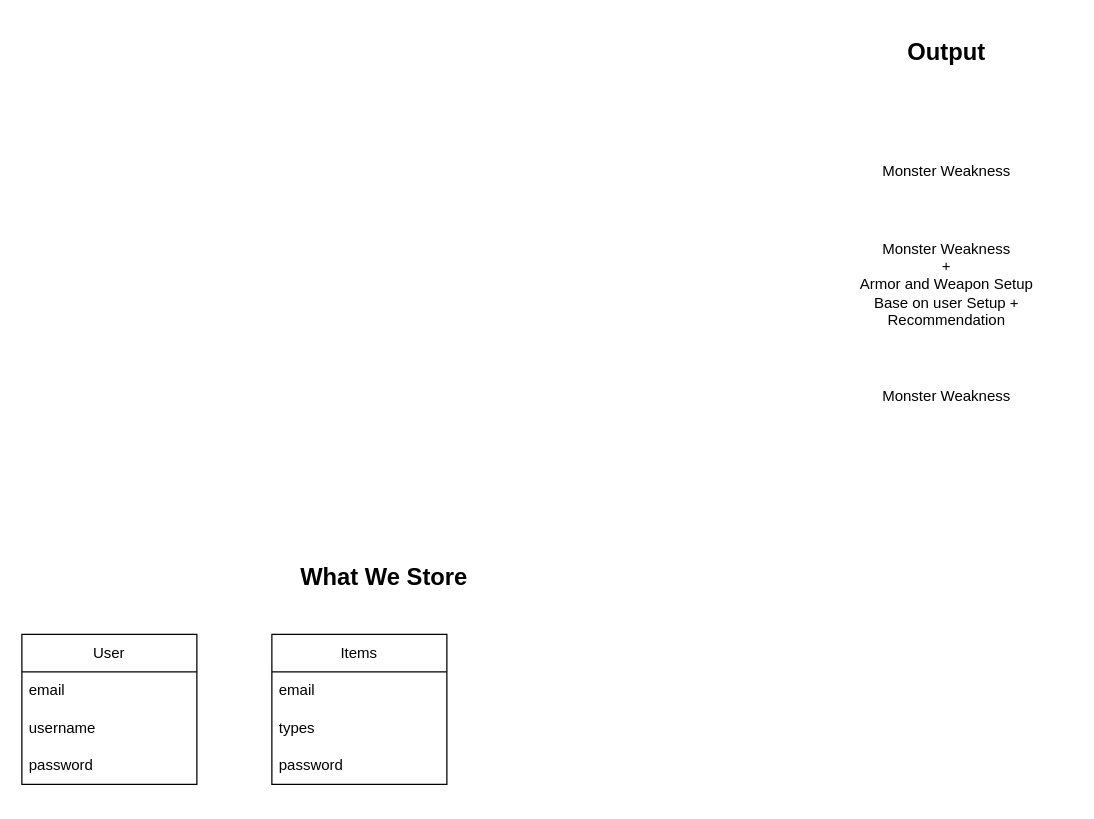
This is models/OutputMap.drawio from JeroTan/monster-hunter-wilds-api-ai-mcp, a draw.io file, before an edit. Source tidied: cells renumbered, new cells numbered last; positions are measured from the earlier drawing's top-left corner, leaving out a move shared by most shapes. Both pictures are drawn from the tidied source at 125%, with x=0, y=0 at pixel (21, 21).
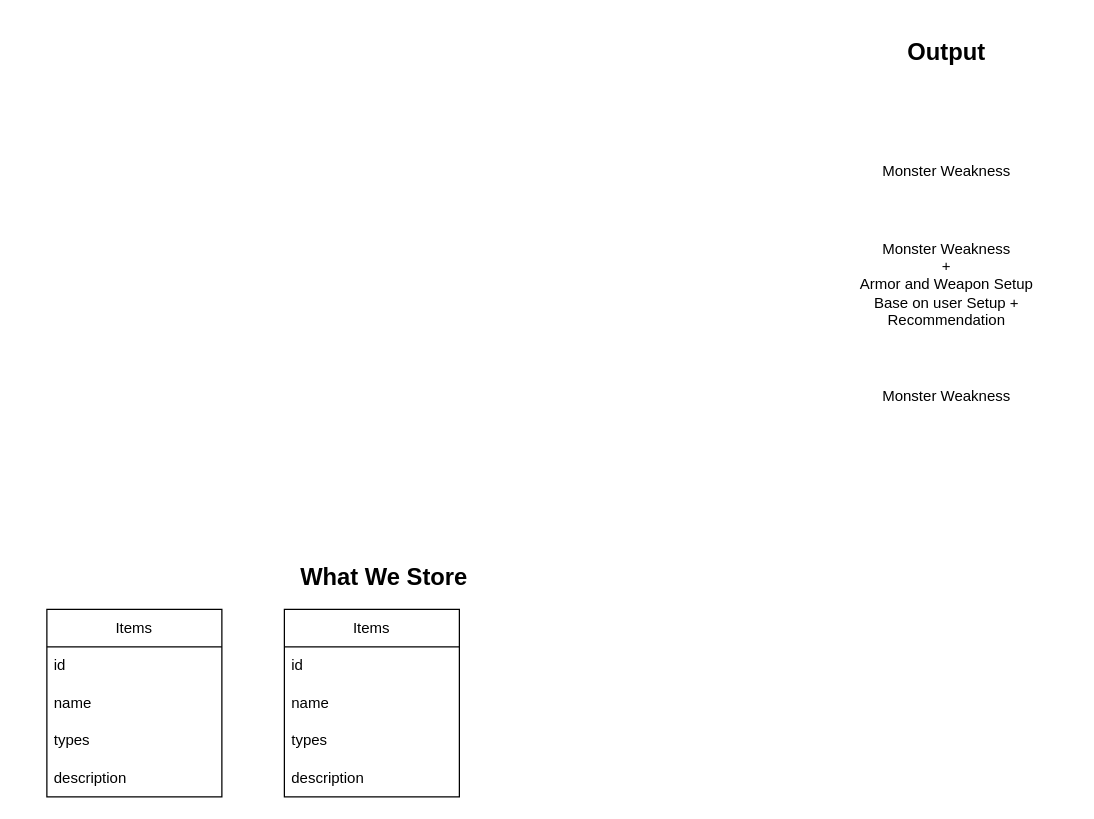
The same diagram, later.

What changed in the source:
```diff
@@
 <mxGraphModel>
   <root>
     <mxCell id="0" />
     <mxCell id="1" parent="0" />
     <mxCell id="2" value="Monster Weakness" style="text;html=1;align=center;verticalAlign=middle;whiteSpace=wrap;rounded=0;" parent="1" vertex="1">
       <mxGeometry x="640" y="90" width="200" height="60" as="geometry" />
     </mxCell>
     <mxCell id="3" value="&lt;b&gt;&lt;font style=&quot;font-size: 19px;&quot;&gt;Output&lt;/font&gt;&lt;/b&gt;" style="text;html=1;align=center;verticalAlign=middle;whiteSpace=wrap;rounded=0;" parent="1" vertex="1">
       <mxGeometry x="640" width="200" height="50" as="geometry" />
     </mxCell>
     <mxCell id="4" value="Monster Weakness" style="text;html=1;align=center;verticalAlign=middle;whiteSpace=wrap;rounded=0;" parent="1" vertex="1">
       <mxGeometry x="640" y="270" width="200" height="60" as="geometry" />
     </mxCell>
     <mxCell id="5" value="Monster Weakness&lt;br&gt;+&lt;div&gt;Armor and Weapon Setup&lt;/div&gt;&lt;div&gt;Base on user Setup + Recommendation&lt;/div&gt;" style="text;html=1;align=center;verticalAlign=middle;whiteSpace=wrap;rounded=0;" parent="1" vertex="1">
       <mxGeometry x="640" y="180" width="200" height="60" as="geometry" />
     </mxCell>
     <mxCell id="6" value="&lt;b&gt;&lt;font style=&quot;font-size: 19px;&quot;&gt;What We Store&lt;/font&gt;&lt;/b&gt;" style="text;html=1;align=center;verticalAlign=middle;whiteSpace=wrap;rounded=0;" parent="1" vertex="1">
       <mxGeometry x="190" y="420" width="200" height="50" as="geometry" />
     </mxCell>
-    <mxCell id="7" value="User" style="swimlane;fontStyle=0;horizontal=1;startSize=30;whiteSpace=wrap;html=1;" parent="1" vertex="1">
-      <mxGeometry y="490" width="140" height="120" as="geometry" />
-    </mxCell>
-    <mxCell id="8" value="email" style="text;strokeColor=none;fillColor=none;align=left;verticalAlign=middle;spacingLeft=4;spacingRight=4;overflow=hidden;whiteSpace=wrap;html=1;" parent="7" vertex="1">
-      <mxGeometry y="30" width="140" height="30" as="geometry" />
-    </mxCell>
-    <mxCell id="9" value="username" style="text;strokeColor=none;fillColor=none;align=left;verticalAlign=middle;spacingLeft=4;spacingRight=4;overflow=hidden;whiteSpace=wrap;html=1;" parent="7" vertex="1">
-      <mxGeometry y="60" width="140" height="30" as="geometry" />
-    </mxCell>
-    <mxCell id="10" value="password" style="text;strokeColor=none;fillColor=none;align=left;verticalAlign=middle;spacingLeft=4;spacingRight=4;overflow=hidden;whiteSpace=wrap;html=1;" parent="7" vertex="1">
-      <mxGeometry y="90" width="140" height="30" as="geometry" />
-    </mxCell>
     <mxCell id="11" value="Items" style="swimlane;fontStyle=0;horizontal=1;startSize=30;whiteSpace=wrap;html=1;" parent="1" vertex="1">
-      <mxGeometry x="200" y="490" width="140" height="120" as="geometry" />
+      <mxGeometry x="20" y="470" width="140" height="150" as="geometry" />
     </mxCell>
+    <mxCell id="15" value="id" style="text;strokeColor=none;fillColor=none;align=left;verticalAlign=middle;spacingLeft=4;spacingRight=4;overflow=hidden;whiteSpace=wrap;html=1;" parent="11" vertex="1">
+      <mxGeometry y="30" width="140" height="30" as="geometry" />
+    </mxCell>
-    <mxCell id="12" value="email" style="text;strokeColor=none;fillColor=none;align=left;verticalAlign=middle;spacingLeft=4;spacingRight=4;overflow=hidden;whiteSpace=wrap;html=1;" parent="11" vertex="1">
-      <mxGeometry y="30" width="140" height="30" as="geometry" />
+    <mxCell id="12" value="name" style="text;strokeColor=none;fillColor=none;align=left;verticalAlign=middle;spacingLeft=4;spacingRight=4;overflow=hidden;whiteSpace=wrap;html=1;" parent="11" vertex="1">
+      <mxGeometry y="60" width="140" height="30" as="geometry" />
     </mxCell>
     <mxCell id="13" value="types" style="text;strokeColor=none;fillColor=none;align=left;verticalAlign=middle;spacingLeft=4;spacingRight=4;overflow=hidden;whiteSpace=wrap;html=1;" parent="11" vertex="1">
-      <mxGeometry y="60" width="140" height="30" as="geometry" />
+      <mxGeometry y="90" width="140" height="30" as="geometry" />
     </mxCell>
-    <mxCell id="14" value="password" style="text;strokeColor=none;fillColor=none;align=left;verticalAlign=middle;spacingLeft=4;spacingRight=4;overflow=hidden;whiteSpace=wrap;html=1;" parent="11" vertex="1">
-      <mxGeometry y="90" width="140" height="30" as="geometry" />
+    <mxCell id="14" value="description" style="text;strokeColor=none;fillColor=none;align=left;verticalAlign=middle;spacingLeft=4;spacingRight=4;overflow=hidden;whiteSpace=wrap;html=1;" parent="11" vertex="1">
+      <mxGeometry y="120" width="140" height="30" as="geometry" />
     </mxCell>
+    <mxCell id="16" value="Items" style="swimlane;fontStyle=0;horizontal=1;startSize=30;whiteSpace=wrap;html=1;" parent="1" vertex="1">
+      <mxGeometry x="210" y="470" width="140" height="150" as="geometry" />
+    </mxCell>
+    <mxCell id="17" value="id" style="text;strokeColor=none;fillColor=none;align=left;verticalAlign=middle;spacingLeft=4;spacingRight=4;overflow=hidden;whiteSpace=wrap;html=1;" parent="16" vertex="1">
+      <mxGeometry y="30" width="140" height="30" as="geometry" />
+    </mxCell>
+    <mxCell id="18" value="name" style="text;strokeColor=none;fillColor=none;align=left;verticalAlign=middle;spacingLeft=4;spacingRight=4;overflow=hidden;whiteSpace=wrap;html=1;" parent="16" vertex="1">
+      <mxGeometry y="60" width="140" height="30" as="geometry" />
+    </mxCell>
+    <mxCell id="19" value="types" style="text;strokeColor=none;fillColor=none;align=left;verticalAlign=middle;spacingLeft=4;spacingRight=4;overflow=hidden;whiteSpace=wrap;html=1;" parent="16" vertex="1">
+      <mxGeometry y="90" width="140" height="30" as="geometry" />
+    </mxCell>
+    <mxCell id="20" value="description" style="text;strokeColor=none;fillColor=none;align=left;verticalAlign=middle;spacingLeft=4;spacingRight=4;overflow=hidden;whiteSpace=wrap;html=1;" parent="16" vertex="1">
+      <mxGeometry y="120" width="140" height="30" as="geometry" />
+    </mxCell>
   </root>
 </mxGraphModel>
```
